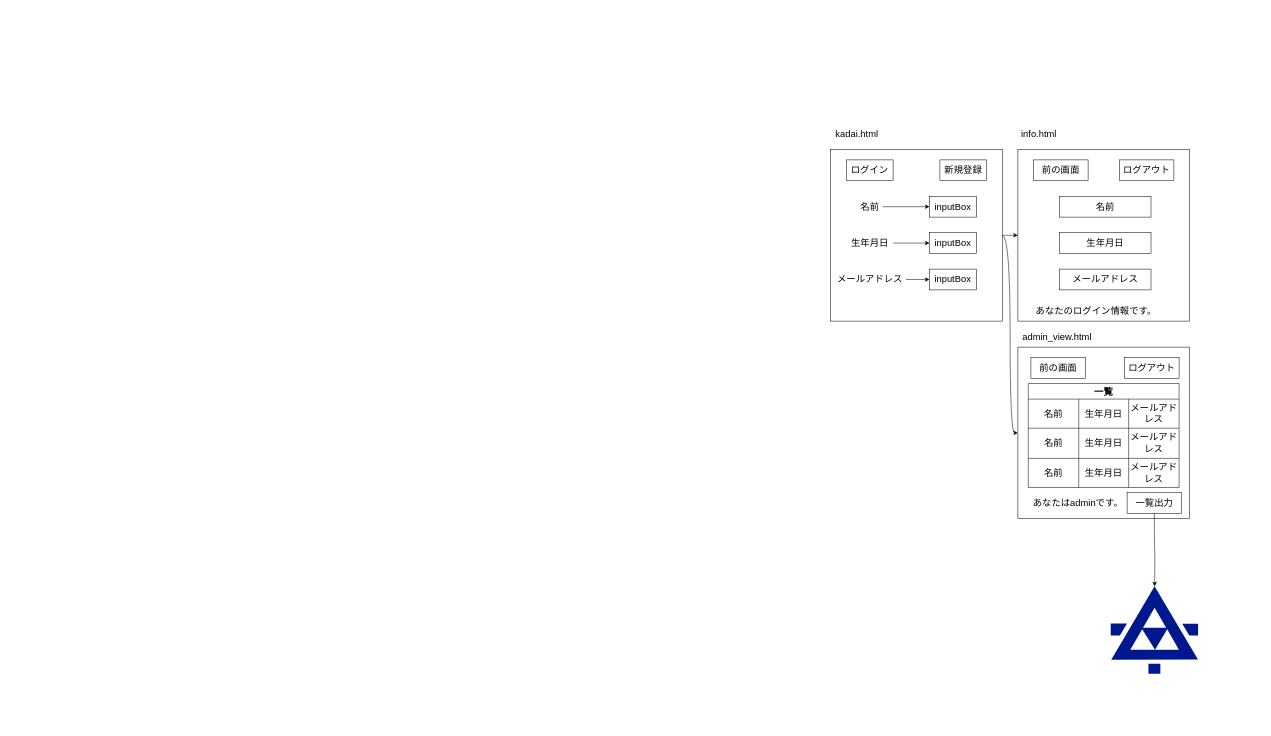
The draw.io diagram Dev/Kadai/kadai.drawio in nosscafe66/noss, before the edit. Source tidied: cells renumbered, new cells numbered last; positions are measured from the earlier drawing's top-left corner, leaving out a move shared by most shapes. Both pictures are drawn from the tidied source at 52%, with x=0, y=0 at pixel (830, 128).
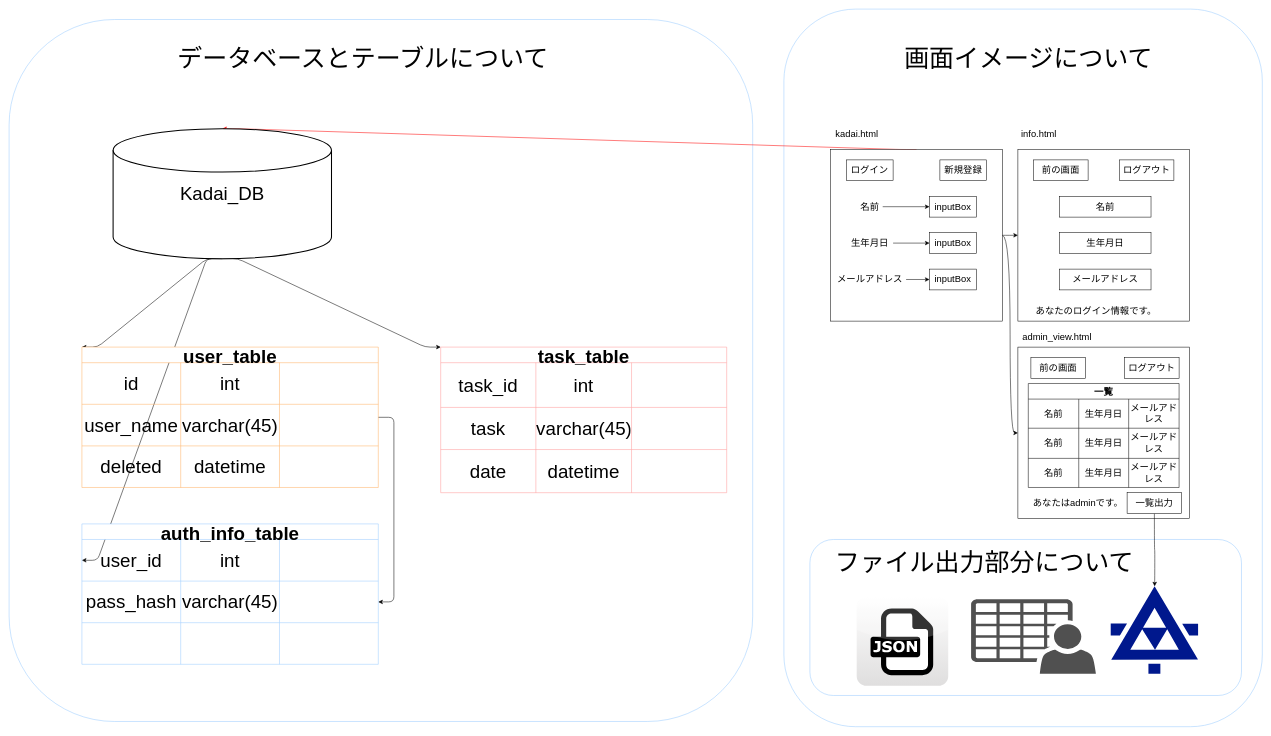
The same diagram, later.

The change refers to these unchanged cells:
```xml
<mxCell id="5" style="whiteSpace=wrap;html=1;fontSize=18;" parent="1" vertex="1">
  <mxGeometry y="40" width="330" height="330" as="geometry" />
</mxCell>
```

What changed in the source:
```diff
@@
+    <mxCell id="46" style="rounded=1;whiteSpace=wrap;html=1;fontSize=36;strokeColor=#99CCFF;" parent="1" vertex="1">
+      <mxGeometry x="-90" y="-230" width="920" height="1380" as="geometry" />
+    </mxCell>
+    <mxCell id="47" style="rounded=1;whiteSpace=wrap;html=1;fontSize=48;strokeColor=#99CCFF;" parent="1" vertex="1">
+      <mxGeometry x="-40" y="790" width="830" height="300" as="geometry" />
+    </mxCell>
+    <mxCell id="48" style="rounded=1;whiteSpace=wrap;html=1;fontSize=36;strokeColor=#99CCFF;" parent="1" vertex="1">
+      <mxGeometry x="-1580" y="-210" width="1430" height="1350" as="geometry" />
+    </mxCell>
@@
+    <mxCell id="49" style="edgeStyle=entityRelationEdgeStyle;html=1;exitX=0.5;exitY=0;exitDx=0;exitDy=0;entryX=0.5;entryY=0;entryDx=0;entryDy=0;entryPerimeter=0;fontSize=36;elbow=vertical;strokeColor=#FF0000;" parent="1" edge="1" source="5" target="53">
+      <mxGeometry relative="1" as="geometry" />
+    </mxCell>
@@
+    <mxCell id="50" style="edgeStyle=entityRelationEdgeStyle;html=1;entryX=0;entryY=0;entryDx=0;entryDy=0;fontSize=36;elbow=vertical;exitX=0.5;exitY=1;exitDx=0;exitDy=0;exitPerimeter=0;" parent="1" edge="1" source="53" target="68">
+      <mxGeometry relative="1" as="geometry" />
+    </mxCell>
+    <mxCell id="51" style="edgeStyle=entityRelationEdgeStyle;html=1;exitX=0.5;exitY=1;exitDx=0;exitDy=0;exitPerimeter=0;entryX=0;entryY=0.5;entryDx=0;entryDy=0;fontSize=36;elbow=vertical;" parent="1" edge="1" source="53" target="55">
+      <mxGeometry relative="1" as="geometry" />
+    </mxCell>
+    <mxCell id="52" style="edgeStyle=entityRelationEdgeStyle;html=1;exitX=0.5;exitY=1;exitDx=0;exitDy=0;exitPerimeter=0;entryX=0;entryY=0;entryDx=0;entryDy=0;fontSize=36;elbow=vertical;" parent="1" edge="1" source="53" target="81">
+      <mxGeometry relative="1" as="geometry" />
+    </mxCell>
+    <mxCell id="53" value="&lt;font style=&quot;font-size: 36px&quot;&gt;Kadai_DB&lt;/font&gt;" style="strokeWidth=2;html=1;shape=mxgraph.flowchart.database;whiteSpace=wrap;" parent="1" vertex="1">
+      <mxGeometry x="-1380" width="420" height="250" as="geometry" />
+    </mxCell>
+    <mxCell id="54" value="auth_info_table" style="shape=table;startSize=30;childLayout=tableLayout;fontStyle=1;align=center;fontSize=36;strokeColor=#99CCFF;" parent="1" vertex="1">
+      <mxGeometry x="-1440" y="760" width="570" height="270" as="geometry" />
+    </mxCell>
+    <mxCell id="55" style="shape=partialRectangle;html=1;whiteSpace=wrap;fillColor=none;top=0;left=0;bottom=0;right=0;points=[[0,0.5],[1,0.5]];portConstraint=eastwest;fontSize=36;" parent="54" vertex="1">
+      <mxGeometry y="30" width="570" height="80" as="geometry" />
+    </mxCell>
+    <mxCell id="56" value="user_id" style="shape=partialRectangle;html=1;whiteSpace=wrap;fillColor=none;top=0;left=0;bottom=0;right=0;overflow=hidden;fontSize=36;" parent="55" vertex="1">
+      <mxGeometry width="190" height="80" as="geometry" />
+    </mxCell>
+    <mxCell id="57" value="int" style="shape=partialRectangle;html=1;whiteSpace=wrap;fillColor=none;top=0;left=0;bottom=0;right=0;overflow=hidden;fontSize=36;" parent="55" vertex="1">
+      <mxGeometry x="190" width="190" height="80" as="geometry" />
+    </mxCell>
+    <mxCell id="58" style="shape=partialRectangle;html=1;whiteSpace=wrap;fillColor=none;top=0;left=0;bottom=0;right=0;overflow=hidden;fontSize=36;" parent="55" vertex="1">
+      <mxGeometry x="380" width="190" height="80" as="geometry" />
+    </mxCell>
+    <mxCell id="59" style="shape=partialRectangle;html=1;whiteSpace=wrap;fillColor=none;top=0;left=0;bottom=0;right=0;points=[[0,0.5],[1,0.5]];portConstraint=eastwest;fontSize=36;" parent="54" vertex="1">
+      <mxGeometry y="110" width="570" height="80" as="geometry" />
+    </mxCell>
+    <mxCell id="60" value="pass_hash" style="shape=partialRectangle;html=1;whiteSpace=wrap;fillColor=none;top=0;left=0;bottom=0;right=0;overflow=hidden;fontSize=36;" parent="59" vertex="1">
+      <mxGeometry width="190" height="80" as="geometry" />
+    </mxCell>
+    <mxCell id="61" value="varchar(45)" style="shape=partialRectangle;html=1;whiteSpace=wrap;fillColor=none;top=0;left=0;bottom=0;right=0;overflow=hidden;fontSize=36;" parent="59" vertex="1">
+      <mxGeometry x="190" width="190" height="80" as="geometry" />
+    </mxCell>
+    <mxCell id="62" style="shape=partialRectangle;html=1;whiteSpace=wrap;fillColor=none;top=0;left=0;bottom=0;right=0;overflow=hidden;fontSize=36;" parent="59" vertex="1">
+      <mxGeometry x="380" width="190" height="80" as="geometry" />
+    </mxCell>
+    <mxCell id="63" style="shape=partialRectangle;html=1;whiteSpace=wrap;fillColor=none;top=0;left=0;bottom=0;right=0;fontSize=36;" parent="54" vertex="1">
+      <mxGeometry y="190" width="570" height="80" as="geometry" />
+    </mxCell>
+    <mxCell id="64" style="shape=partialRectangle;html=1;whiteSpace=wrap;fillColor=none;top=0;left=0;bottom=0;right=0;overflow=hidden;fontSize=36;" parent="63" vertex="1">
+      <mxGeometry width="190" height="80" as="geometry" />
+    </mxCell>
+    <mxCell id="65" style="shape=partialRectangle;html=1;whiteSpace=wrap;fillColor=none;top=0;left=0;bottom=0;right=0;overflow=hidden;fontSize=36;" parent="63" vertex="1">
+      <mxGeometry x="190" width="190" height="80" as="geometry" />
+    </mxCell>
+    <mxCell id="66" style="shape=partialRectangle;html=1;whiteSpace=wrap;fillColor=none;top=0;left=0;bottom=0;right=0;overflow=hidden;fontSize=36;" parent="63" vertex="1">
+      <mxGeometry x="380" width="190" height="80" as="geometry" />
+    </mxCell>
+    <mxCell id="67" style="edgeStyle=entityRelationEdgeStyle;html=1;entryX=1;entryY=0.5;entryDx=0;entryDy=0;fontSize=36;elbow=vertical;" parent="1" edge="1" source="68" target="59">
+      <mxGeometry relative="1" as="geometry" />
+    </mxCell>
+    <mxCell id="68" value="user_table" style="shape=table;startSize=30;childLayout=tableLayout;fontStyle=1;align=center;fontSize=36;strokeColor=#FFB366;" parent="1" vertex="1">
+      <mxGeometry x="-1440" y="420" width="570" height="270" as="geometry" />
+    </mxCell>
+    <mxCell id="69" style="shape=partialRectangle;html=1;whiteSpace=wrap;fillColor=none;top=0;left=0;bottom=0;right=0;fontSize=36;" parent="68" vertex="1">
+      <mxGeometry y="30" width="570" height="80" as="geometry" />
+    </mxCell>
+    <mxCell id="70" value="id" style="shape=partialRectangle;html=1;whiteSpace=wrap;fillColor=none;top=0;left=0;bottom=0;right=0;overflow=hidden;fontSize=36;" parent="69" vertex="1">
+      <mxGeometry width="190" height="80" as="geometry" />
+    </mxCell>
+    <mxCell id="71" value="int" style="shape=partialRectangle;html=1;whiteSpace=wrap;fillColor=none;top=0;left=0;bottom=0;right=0;overflow=hidden;fontSize=36;" parent="69" vertex="1">
+      <mxGeometry x="190" width="190" height="80" as="geometry" />
+    </mxCell>
+    <mxCell id="72" style="shape=partialRectangle;html=1;whiteSpace=wrap;fillColor=none;top=0;left=0;bottom=0;right=0;overflow=hidden;fontSize=36;" parent="69" vertex="1">
+      <mxGeometry x="380" width="190" height="80" as="geometry" />
+    </mxCell>
+    <mxCell id="73" style="shape=partialRectangle;html=1;whiteSpace=wrap;fillColor=none;top=0;left=0;bottom=0;right=0;fontSize=36;" parent="68" vertex="1">
+      <mxGeometry y="110" width="570" height="80" as="geometry" />
+    </mxCell>
+    <mxCell id="74" value="user_name" style="shape=partialRectangle;html=1;whiteSpace=wrap;fillColor=none;top=0;left=0;bottom=0;right=0;overflow=hidden;fontSize=36;" parent="73" vertex="1">
+      <mxGeometry width="190" height="80" as="geometry" />
+    </mxCell>
+    <mxCell id="75" value="varchar(45)" style="shape=partialRectangle;html=1;whiteSpace=wrap;fillColor=none;top=0;left=0;bottom=0;right=0;overflow=hidden;fontSize=36;" parent="73" vertex="1">
+      <mxGeometry x="190" width="190" height="80" as="geometry" />
+    </mxCell>
+    <mxCell id="76" style="shape=partialRectangle;html=1;whiteSpace=wrap;fillColor=none;top=0;left=0;bottom=0;right=0;overflow=hidden;fontSize=36;" parent="73" vertex="1">
+      <mxGeometry x="380" width="190" height="80" as="geometry" />
+    </mxCell>
+    <mxCell id="77" style="shape=partialRectangle;html=1;whiteSpace=wrap;fillColor=none;top=0;left=0;bottom=0;right=0;fontSize=36;" parent="68" vertex="1">
+      <mxGeometry y="190" width="570" height="80" as="geometry" />
+    </mxCell>
+    <mxCell id="78" value="deleted" style="shape=partialRectangle;html=1;whiteSpace=wrap;fillColor=none;top=0;left=0;bottom=0;right=0;overflow=hidden;fontSize=36;" parent="77" vertex="1">
+      <mxGeometry width="190" height="80" as="geometry" />
+    </mxCell>
+    <mxCell id="79" value="datetime" style="shape=partialRectangle;html=1;whiteSpace=wrap;fillColor=none;top=0;left=0;bottom=0;right=0;overflow=hidden;fontSize=36;" parent="77" vertex="1">
+      <mxGeometry x="190" width="190" height="80" as="geometry" />
+    </mxCell>
+    <mxCell id="80" style="shape=partialRectangle;html=1;whiteSpace=wrap;fillColor=none;top=0;left=0;bottom=0;right=0;overflow=hidden;fontSize=36;" parent="77" vertex="1">
+      <mxGeometry x="380" width="190" height="80" as="geometry" />
+    </mxCell>
+    <mxCell id="81" value="task_table" style="shape=table;startSize=30;childLayout=tableLayout;fontStyle=1;align=center;fontSize=36;strokeColor=#FF9999;" parent="1" vertex="1">
+      <mxGeometry x="-750" y="420" width="550" height="280" as="geometry" />
+    </mxCell>
+    <mxCell id="82" style="shape=partialRectangle;html=1;whiteSpace=wrap;fillColor=none;top=0;left=0;bottom=0;right=0;fontSize=36;" parent="81" vertex="1">
+      <mxGeometry y="30" width="550" height="86" as="geometry" />
+    </mxCell>
+    <mxCell id="83" value="task_id" style="shape=partialRectangle;html=1;whiteSpace=wrap;fillColor=none;top=0;left=0;bottom=0;right=0;overflow=hidden;fontSize=36;" parent="82" vertex="1">
+      <mxGeometry width="183" height="86" as="geometry" />
+    </mxCell>
+    <mxCell id="84" value="int" style="shape=partialRectangle;html=1;whiteSpace=wrap;fillColor=none;top=0;left=0;bottom=0;right=0;overflow=hidden;fontSize=36;" parent="82" vertex="1">
+      <mxGeometry x="183" width="184" height="86" as="geometry" />
+    </mxCell>
+    <mxCell id="85" style="shape=partialRectangle;html=1;whiteSpace=wrap;fillColor=none;top=0;left=0;bottom=0;right=0;overflow=hidden;fontSize=36;" parent="82" vertex="1">
+      <mxGeometry x="367" width="183" height="86" as="geometry" />
+    </mxCell>
+    <mxCell id="86" style="shape=partialRectangle;html=1;whiteSpace=wrap;fillColor=none;top=0;left=0;bottom=0;right=0;fontSize=36;" parent="81" vertex="1">
+      <mxGeometry y="116" width="550" height="81" as="geometry" />
+    </mxCell>
+    <mxCell id="87" value="task" style="shape=partialRectangle;html=1;whiteSpace=wrap;fillColor=none;top=0;left=0;bottom=0;right=0;overflow=hidden;fontSize=36;" parent="86" vertex="1">
+      <mxGeometry width="183" height="81" as="geometry" />
+    </mxCell>
+    <mxCell id="88" value="varchar(45)" style="shape=partialRectangle;html=1;whiteSpace=wrap;fillColor=none;top=0;left=0;bottom=0;right=0;overflow=hidden;fontSize=36;" parent="86" vertex="1">
+      <mxGeometry x="183" width="184" height="81" as="geometry" />
+    </mxCell>
+    <mxCell id="89" style="shape=partialRectangle;html=1;whiteSpace=wrap;fillColor=none;top=0;left=0;bottom=0;right=0;overflow=hidden;fontSize=36;" parent="86" vertex="1">
+      <mxGeometry x="367" width="183" height="81" as="geometry" />
+    </mxCell>
+    <mxCell id="90" style="shape=partialRectangle;html=1;whiteSpace=wrap;fillColor=none;top=0;left=0;bottom=0;right=0;fontSize=36;" parent="81" vertex="1">
+      <mxGeometry y="197" width="550" height="83" as="geometry" />
+    </mxCell>
+    <mxCell id="91" value="date" style="shape=partialRectangle;html=1;whiteSpace=wrap;fillColor=none;top=0;left=0;bottom=0;right=0;overflow=hidden;fontSize=36;" parent="90" vertex="1">
+      <mxGeometry width="183" height="83" as="geometry" />
+    </mxCell>
+    <mxCell id="92" value="datetime" style="shape=partialRectangle;html=1;whiteSpace=wrap;fillColor=none;top=0;left=0;bottom=0;right=0;overflow=hidden;fontSize=36;" parent="90" vertex="1">
+      <mxGeometry x="183" width="184" height="83" as="geometry" />
+    </mxCell>
+    <mxCell id="93" style="shape=partialRectangle;html=1;whiteSpace=wrap;fillColor=none;top=0;left=0;bottom=0;right=0;overflow=hidden;fontSize=36;" parent="90" vertex="1">
+      <mxGeometry x="367" width="183" height="83" as="geometry" />
+    </mxCell>
+    <mxCell id="94" style="sketch=0;shadow=0;dashed=0;html=1;strokeColor=none;fillColor=#505050;labelPosition=center;verticalLabelPosition=bottom;verticalAlign=top;align=center;shape=mxgraph.office.users.csv_file;fontSize=36;" parent="1" vertex="1">
+      <mxGeometry x="270" y="905" width="240" height="143" as="geometry" />
+    </mxCell>
+    <mxCell id="95" style="dashed=0;html=1;align=center;labelPosition=center;verticalLabelPosition=bottom;verticalAlign=top;shape=mxgraph.webicons.json;gradientColor=#DFDEDE;fontSize=36;strokeColor=#99CCFF;" parent="1" vertex="1">
+      <mxGeometry x="50" y="900" width="176" height="171.4" as="geometry" />
+    </mxCell>
+    <mxCell id="96" value="&lt;font style=&quot;font-size: 48px&quot;&gt;データベースとテーブルについて&lt;/font&gt;" style="text;html=1;align=center;verticalAlign=middle;fillColor=none;strokeColor=none;rounded=0;fontSize=36;" parent="1" vertex="1">
+      <mxGeometry x="-1260" y="-160" width="720" height="50" as="geometry" />
+    </mxCell>
+    <mxCell id="97" value="&lt;span style=&quot;font-size: 48px&quot;&gt;画面イメージについて&lt;/span&gt;" style="text;html=1;align=center;verticalAlign=middle;fillColor=none;strokeColor=none;rounded=0;fontSize=36;" parent="1" vertex="1">
+      <mxGeometry x="135" y="-160" width="490" height="50" as="geometry" />
+    </mxCell>
+    <mxCell id="98" value="&lt;span style=&quot;font-size: 48px&quot;&gt;ファイル出力部分について&lt;/span&gt;" style="text;html=1;align=center;verticalAlign=middle;fillColor=none;strokeColor=none;rounded=0;fontSize=36;" parent="1" vertex="1">
+      <mxGeometry y="810" width="590" height="50" as="geometry" />
+    </mxCell>
```
